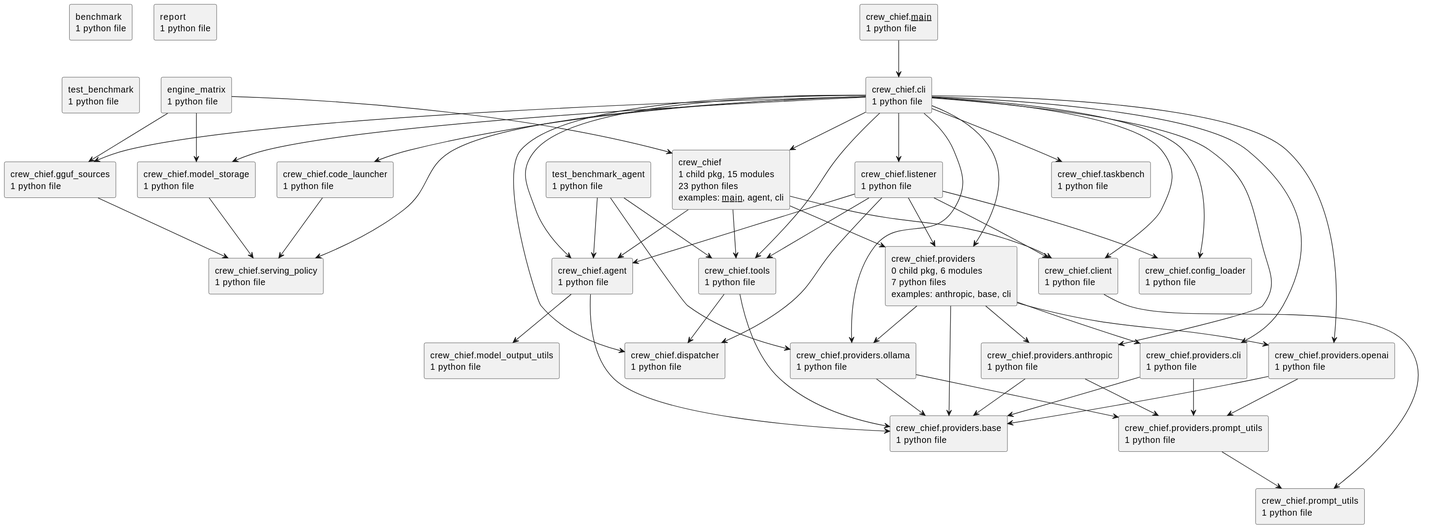
Above: docs/diagrams/python-packages.puml.svg in casonk/crew-chief (PlantUML), before the change.
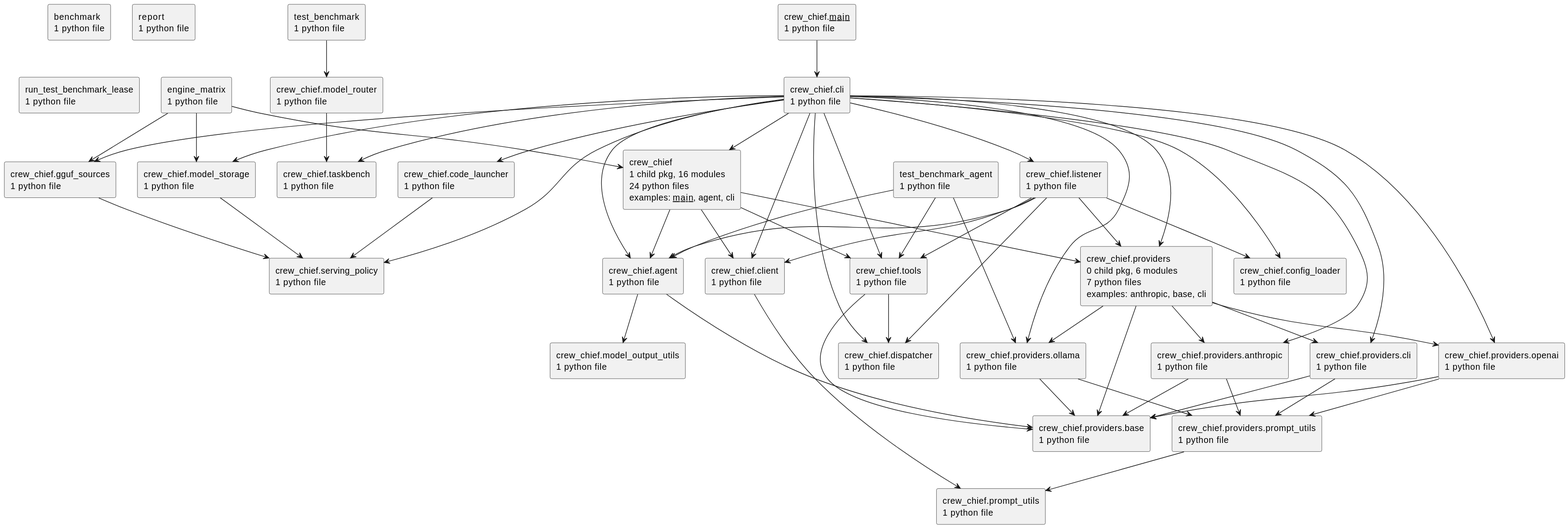
The same diagram one commit later.

Diff of the diagram source:
```diff
@@ -3,7 +3,7 @@
 top to bottom direction
 skinparam componentStyle rectangle
 rectangle "benchmark\n1 python file" as benchmark
-rectangle "crew_chief\n1 child pkg, 15 modules\n23 python files\nexamples: __main__, agent, cli" as crew_chief
+rectangle "crew_chief\n1 child pkg, 16 modules\n24 python files\nexamples: __main__, agent, cli" as crew_chief
 rectangle "crew_chief.__main__\n1 python file" as crew_chief.__main__
 rectangle "crew_chief.agent\n1 python file" as crew_chief.agent
 rectangle "crew_chief.cli\n1 python file" as crew_chief.cli
@@ -14,6 +14,7 @@
 rectangle "crew_chief.gguf_sources\n1 python file" as crew_chief.gguf_sources
 rectangle "crew_chief.listener\n1 python file" as crew_chief.listener
 rectangle "crew_chief.model_output_utils\n1 python file" as crew_chief.model_output_utils
+rectangle "crew_chief.model_router\n1 python file" as crew_chief.model_router
 rectangle "crew_chief.model_storage\n1 python file" as crew_chief.model_storage
 rectangle "crew_chief.prompt_utils\n1 python file" as crew_chief.prompt_utils
 rectangle "crew_chief.providers\n0 child pkg, 6 modules\n7 python files\nexamples: anthropic, base, cli" as crew_chief.providers
@@ -28,6 +29,7 @@
 rectangle "crew_chief.tools\n1 python file" as crew_chief.tools
 rectangle "engine_matrix\n1 python file" as engine_matrix
 rectangle "report\n1 python file" as report
+rectangle "run_test_benchmark_lease\n1 python file" as run_test_benchmark_lease
 rectangle "test_benchmark\n1 python file" as test_benchmark
 rectangle "test_benchmark_agent\n1 python file" as test_benchmark_agent
 crew_chief --> crew_chief.agent
@@ -63,6 +65,7 @@
 crew_chief.listener --> crew_chief.dispatcher
 crew_chief.listener --> crew_chief.providers
 crew_chief.listener --> crew_chief.tools
+crew_chief.model_router --> crew_chief.taskbench
 crew_chief.model_storage --> crew_chief.serving_policy
 crew_chief.providers --> crew_chief.providers.anthropic
 crew_chief.providers --> crew_chief.providers.base
@@ -83,6 +86,7 @@
 engine_matrix --> crew_chief
 engine_matrix --> crew_chief.gguf_sources
 engine_matrix --> crew_chief.model_storage
+test_benchmark --> crew_chief.model_router
 test_benchmark_agent --> crew_chief.agent
 test_benchmark_agent --> crew_chief.providers.ollama
 test_benchmark_agent --> crew_chief.tools
```
